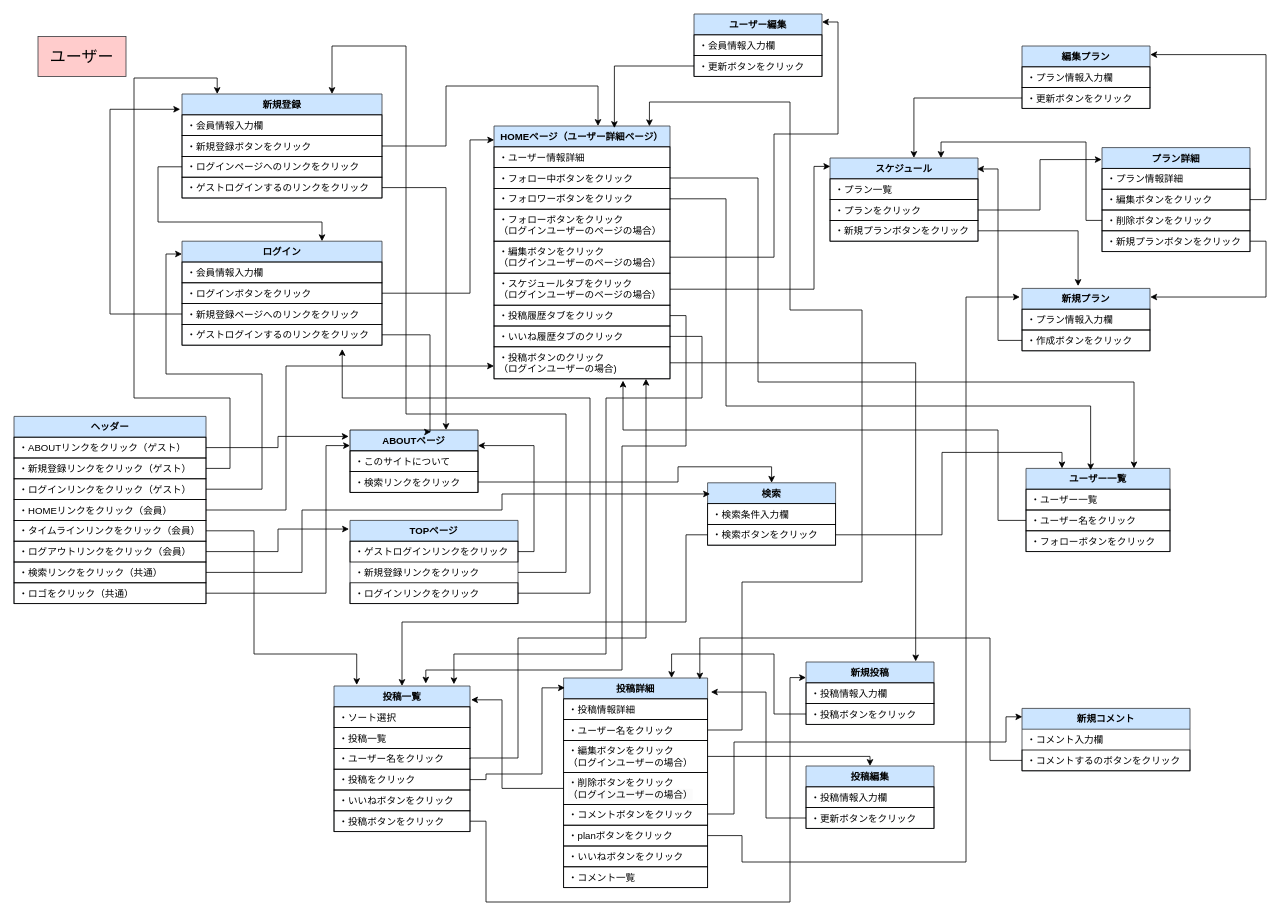
Before: page "user" (1 of 2) of ui_flows.drawio in JunkiYuasa/trip_planning, a draw.io diagram. Source tidied: cells renumbered, new cells numbered last; positions are measured from the earlier drawing's top-left corner, leaving out a move shared by most shapes. Both pictures are drawn from the tidied source at 80%, with x=0, y=0 at pixel (14, 14).
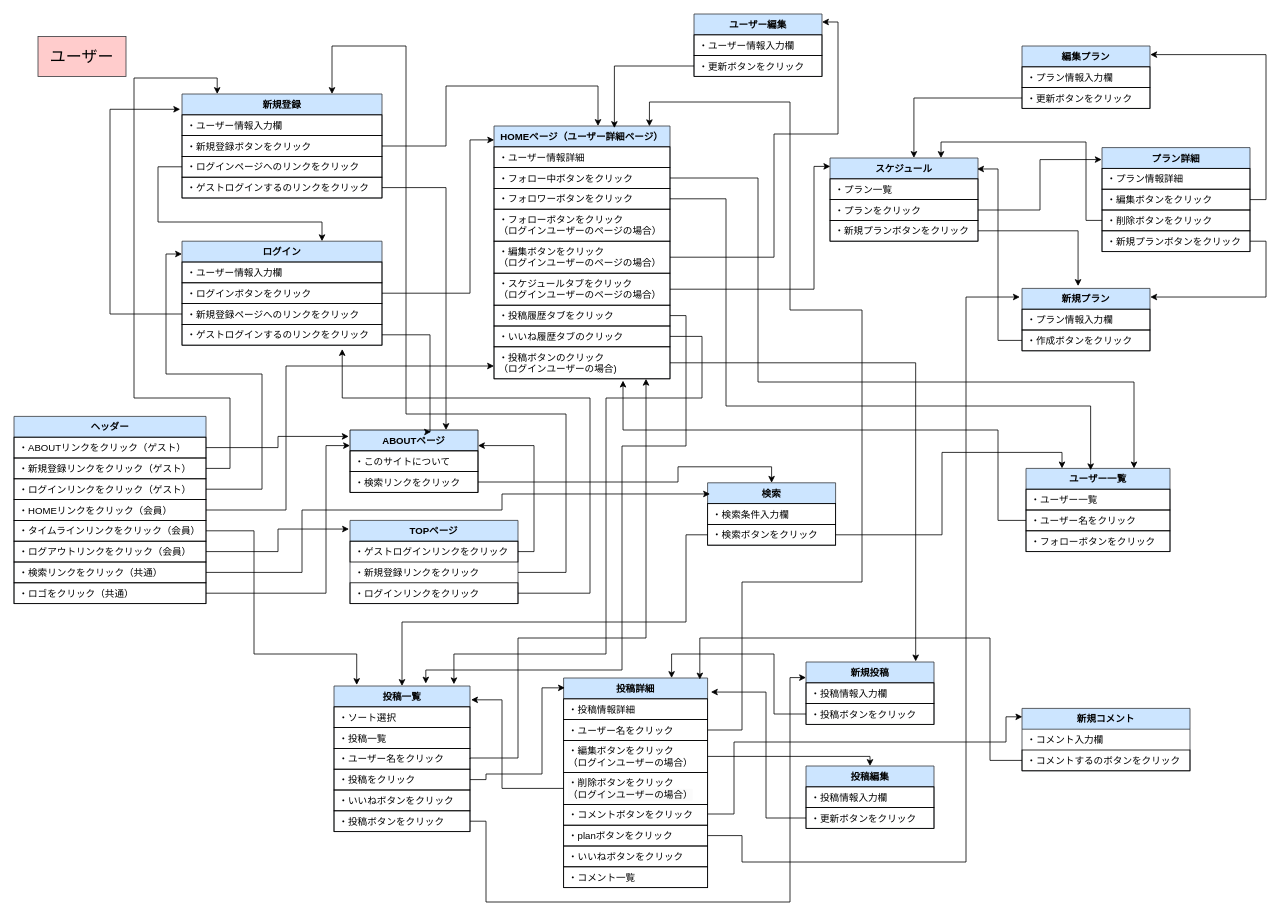
After the change.

The change refers to these unchanged cells:
```xml
<mxCell id="16" value="新規登録" style="swimlane;fontStyle=1;align=center;verticalAlign=top;horizontal=1;startSize=26;whiteSpace=wrap;html=1;strokeColor=#36393d;spacingLeft=4;spacingRight=4;fontFamily=Helvetica;fontSize=12;fillColor=#cce5ff;" parent="1" vertex="1">
  <mxGeometry x="210" y="100" width="250" height="130" as="geometry" />
</mxCell>
<mxCell id="24" value="ログイン" style="swimlane;fontStyle=1;align=center;verticalAlign=top;horizontal=1;startSize=26;whiteSpace=wrap;html=1;strokeColor=#36393d;spacingLeft=4;spacingRight=4;fontFamily=Helvetica;fontSize=12;fillColor=#cce5ff;" parent="1" vertex="1">
  <mxGeometry x="210" y="284" width="250" height="130" as="geometry" />
</mxCell>
<mxCell id="65" value="ユーザー編集" style="swimlane;fontStyle=1;align=center;verticalAlign=top;horizontal=1;startSize=26;whiteSpace=wrap;html=1;strokeColor=#36393d;spacingLeft=4;spacingRight=4;fontFamily=Helvetica;fontSize=12;fillColor=#cce5ff;" parent="1" vertex="1">
  <mxGeometry x="850" width="160" height="78" as="geometry" />
</mxCell>
```

Diff of the diagram source:
```diff
@@
-    <mxCell id="17" value="・会員情報入力欄" style="text;strokeColor=default;fillColor=none;align=left;verticalAlign=top;spacingLeft=4;spacingRight=4;overflow=hidden;whiteSpace=wrap;html=1;fontFamily=Helvetica;fontSize=12;fontColor=default;" parent="16" vertex="1">
+    <mxCell id="17" value="・ユーザー情報入力欄" style="text;strokeColor=default;fillColor=none;align=left;verticalAlign=top;spacingLeft=4;spacingRight=4;overflow=hidden;whiteSpace=wrap;html=1;fontFamily=Helvetica;fontSize=12;fontColor=default;" parent="16" vertex="1">
       <mxGeometry y="26" width="250" height="26" as="geometry" />
     </mxCell>
@@
-    <mxCell id="25" value="・会員情報入力欄" style="text;strokeColor=default;fillColor=none;align=left;verticalAlign=top;spacingLeft=4;spacingRight=4;overflow=hidden;whiteSpace=wrap;html=1;fontFamily=Helvetica;fontSize=12;fontColor=default;" parent="24" vertex="1">
+    <mxCell id="25" value="・ユーザー情報入力欄" style="text;strokeColor=default;fillColor=none;align=left;verticalAlign=top;spacingLeft=4;spacingRight=4;overflow=hidden;whiteSpace=wrap;html=1;fontFamily=Helvetica;fontSize=12;fontColor=default;" parent="24" vertex="1">
       <mxGeometry y="26" width="250" height="26" as="geometry" />
     </mxCell>
@@
-    <mxCell id="66" value="・会員情報入力欄" style="text;strokeColor=default;fillColor=none;align=left;verticalAlign=top;spacingLeft=4;spacingRight=4;overflow=hidden;whiteSpace=wrap;html=1;fontFamily=Helvetica;fontSize=12;fontColor=default;" parent="65" vertex="1">
+    <mxCell id="66" value="・ユーザー情報入力欄" style="text;strokeColor=default;fillColor=none;align=left;verticalAlign=top;spacingLeft=4;spacingRight=4;overflow=hidden;whiteSpace=wrap;html=1;fontFamily=Helvetica;fontSize=12;fontColor=default;" parent="65" vertex="1">
       <mxGeometry y="26" width="160" height="26" as="geometry" />
     </mxCell>
```
